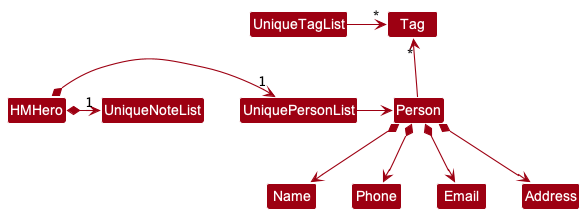
Above: docs/images/BetterModelClassDiagram.png in nus-cs2103-AY2223S2/tp (PlantUML), before the change.
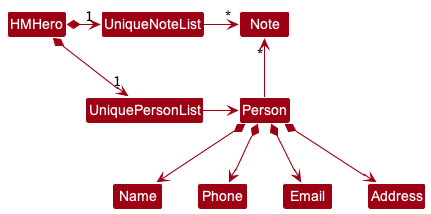
The same diagram one commit later.

The edit, as a diff of the source:
```diff
@@ -6,13 +6,12 @@
 
 HMHero *-right-> "1" UniquePersonList
 HMHero *-right-> "1" UniqueNoteList
-UniqueTagList -[hidden]down- UniquePersonList
-UniqueTagList -[hidden]down- UniquePersonList
+UniqueNoteList -[hidden]down- UniquePersonList
 
-UniqueTagList -right-> "*" Tag
+UniqueNoteList -right-> "*" Note
 UniquePersonList -right-> Person
 
-Person -up-> "*" Tag
+Person -up-> "*" Note
 
 Person *--> Name
 Person *--> Phone
```
